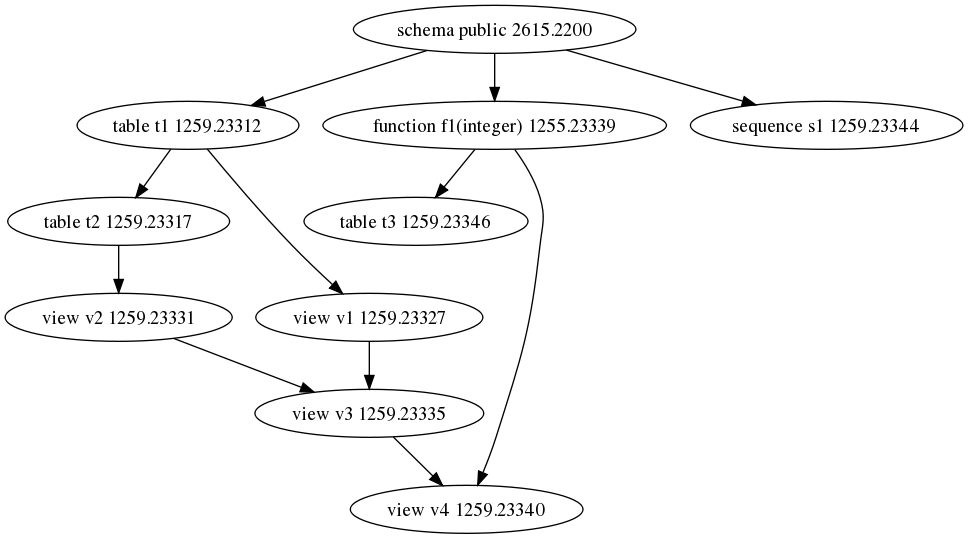
Above: doc/pg_depend/pg_depend_actual.png in gluefinance/pov (Graphviz), before the change. Its source is kept beside it as doc/pg_depend/pg_depend_actual.dot. Its diagram source:
```dot
digraph pg_depend {
    "schema public 2615.2200" -> "table t1 1259.23312"
    "schema public 2615.2200" -> "function f1(integer) 1255.23339"
    "schema public 2615.2200" -> "sequence s1 1259.23344"

    "table t1 1259.23312" -> "table t2 1259.23317"
    "function f1(integer) 1255.23339" -> "table t3 1259.23346"

    "table t1 1259.23312" -> "view v1 1259.23327"
    "table t2 1259.23317" -> "view v2 1259.23331"

    "view v1 1259.23327" -> "view v3 1259.23335"
    "view v2 1259.23331" -> "view v3 1259.23335"

    "view v3 1259.23335" -> "view v4 1259.23340"
    "function f1(integer) 1255.23339" -> "view v4 1259.23340"
}
```
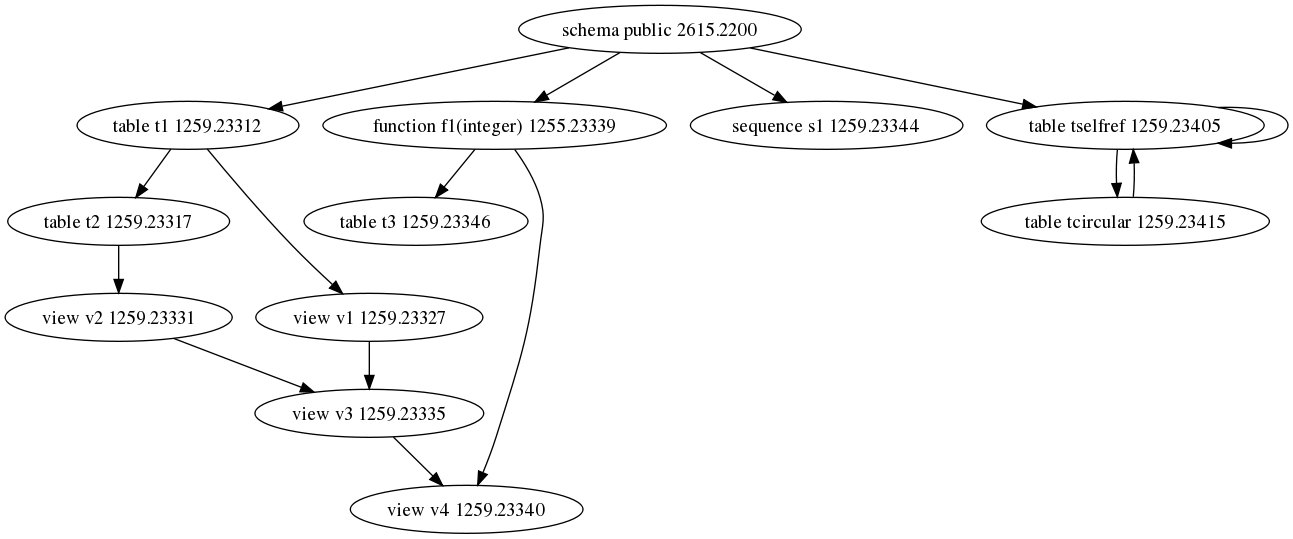
The same file after the commit.

Diff of the diagram source:
```diff
@@ -14,4 +14,10 @@
 
     "view v3 1259.23335" -> "view v4 1259.23340"
     "function f1(integer) 1255.23339" -> "view v4 1259.23340"
+
+    "schema public 2615.2200" -> "table tselfref 1259.23405"
+    "table tselfref 1259.23405" -> "table tselfref 1259.23405"
+
+    "table tselfref 1259.23405" -> "table tcircular 1259.23415"
+    "table tcircular 1259.23415" -> "table tselfref 1259.23405"
 }
```
